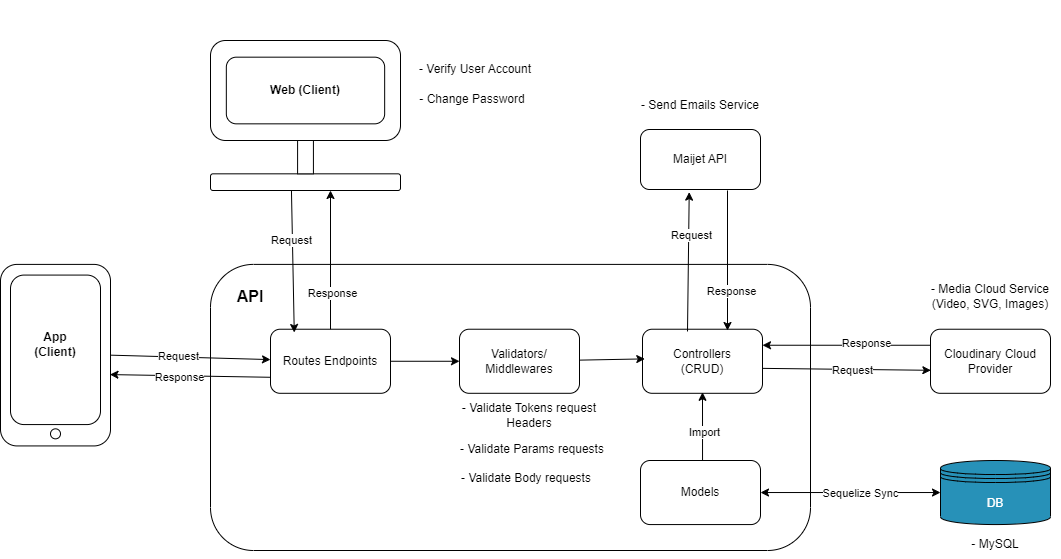
Earlier version of the draw.io export images/Architecture.png (pedromst2000/Activulse). Source tidied: cells renumbered, new cells last; positions are measured from the earlier drawing's top-left corner, leaving out a move shared by most shapes.
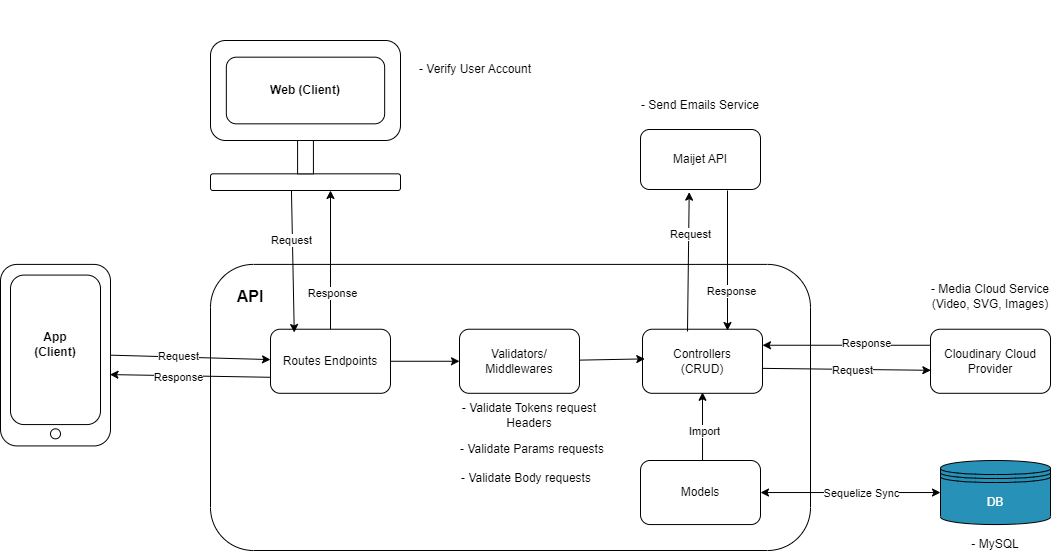
The same file after the commit.

Diff of the diagram source:
```diff
@@ -176,9 +176,6 @@
     <mxCell id="50" value="- Verify User Account" style="text;html=1;align=center;verticalAlign=middle;whiteSpace=wrap;rounded=0;" parent="3" vertex="1">
       <mxGeometry x="410" y="14" width="130" height="30" as="geometry" />
     </mxCell>
-    <mxCell id="51" value="- Change Password" style="text;html=1;align=center;verticalAlign=middle;whiteSpace=wrap;rounded=0;" parent="3" vertex="1">
-      <mxGeometry x="417" y="44" width="110" height="30" as="geometry" />
-    </mxCell>
     <mxCell id="52" style="endArrow=classic;html=1;rounded=0;exitX=1;exitY=0.5;exitDx=0;exitDy=0;entryX=0;entryY=0.5;entryDx=0;entryDy=0;" parent="3" edge="1" source="14" target="15">
       <mxGeometry relative="1" as="geometry" />
     </mxCell>
```
